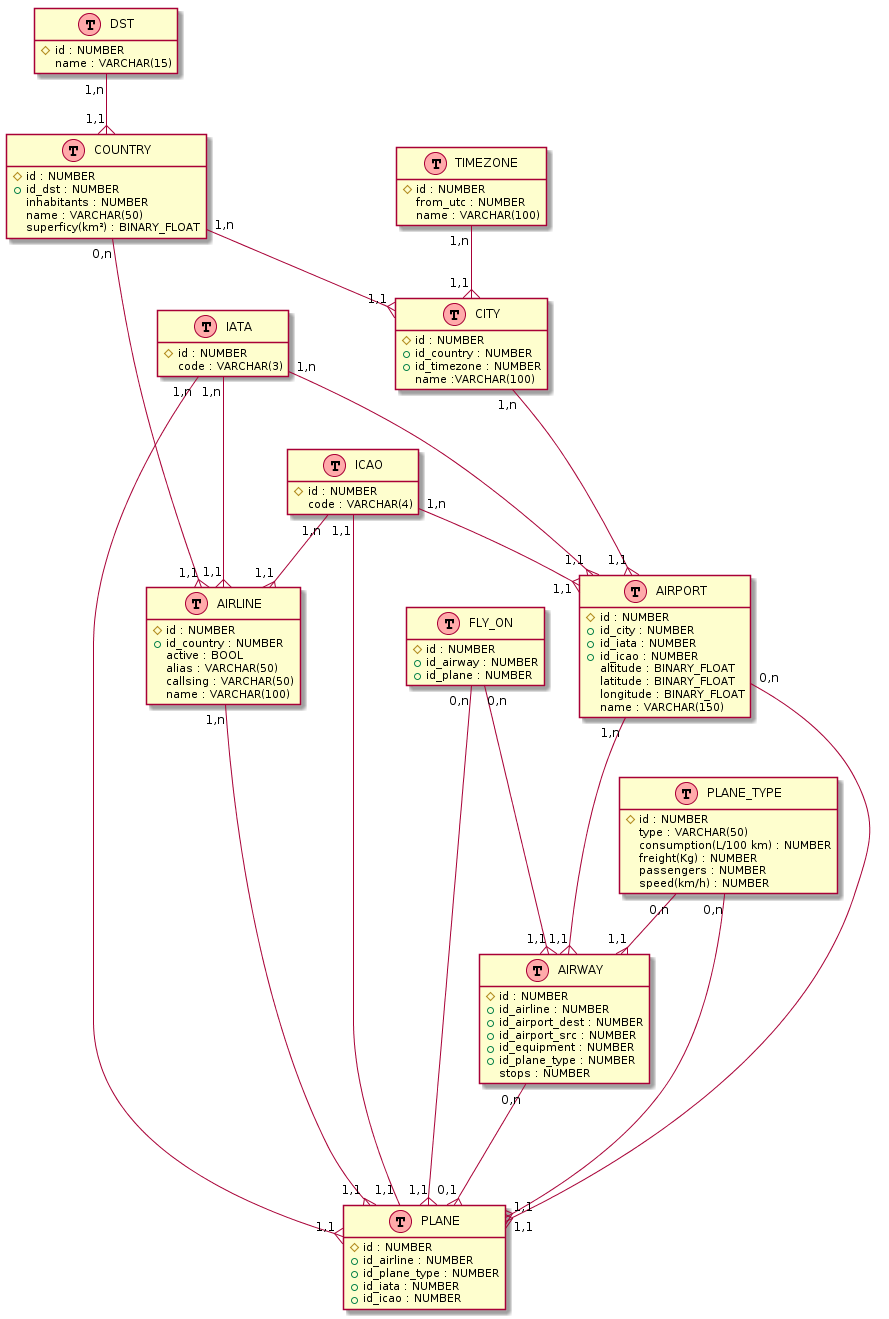
pBouillon/OpenFlightStatisticsAggregator keeps this PlantUML diagram as resources/database_modelisation/modelisation.png. Above is the earlier version. Its diagram source:
```plantuml
@startuml

hide methods
hide stereotypes

class COUNTRY << (T,#FFAAAA) >> {
    {field} #id : NUMBER
    {field} +id_dst : NUMBER
    {field} inhabitants : NUMBER
    {field} name : VARCHAR(50)
    {field} superficy(km²) : BINARY_FLOAT
}

class DST << (T,#FFAAAA) >> {
    {field} #id : NUMBER
    {field} name : VARCHAR(15)
}

class IATA << (T,#FFAAAA) >> {
    {field} #id : NUMBER
    {field} code : VARCHAR(3)
}

class ICAO << (T,#FFAAAA) >> {
    {field} #id : NUMBER
    {field} code : VARCHAR(4)
}

class PLANE_TYPE << (T,#FFAAAA) >> {
    {field} #id : NUMBER
    {field} type : VARCHAR(50)
    {field} consumption(L/100 km) : NUMBER
    {field} freight(Kg) : NUMBER
    {field} passengers : NUMBER
    {field} speed(km/h) : NUMBER
}

class TIMEZONE << (T,#FFAAAA) >> {
    {field} #id : NUMBER
    {field} from_utc : NUMBER
    {field} name : VARCHAR(100)
}

class AIRLINE << (T,#FFAAAA) >> {
    {field} #id : NUMBER
    {field} +id_country : NUMBER
    {field} active : BOOL
    {field} alias : VARCHAR(50)
    {field} callsing : VARCHAR(50)
    {field} name : VARCHAR(100)
}

class CITY << (T,#FFAAAA) >> {
    {field} #id : NUMBER
    {field} +id_country : NUMBER
    {field} +id_timezone : NUMBER
    {field} name :VARCHAR(100)
}

class FLY_ON << (T,#FFAAAA) >> {
    {field} #id : NUMBER
    {field} +id_airway : NUMBER
    {field} +id_plane : NUMBER
}

class AIRPORT << (T,#FFAAAA) >> {
    {field} #id : NUMBER
    {field} +id_city : NUMBER
    {field} +id_iata : NUMBER
    {field} +id_icao : NUMBER
    {field} altitude : BINARY_FLOAT
    {field} latitude : BINARY_FLOAT
    {field} longitude : BINARY_FLOAT
    {field} name : VARCHAR(150)
}

class PLANE << (T,#FFAAAA) >> {
    {field} #id : NUMBER
    {field} +id_airline : NUMBER
    {field} +id_plane_type : NUMBER
    {field} +id_iata : NUMBER
    {field} +id_icao : NUMBER
}

class AIRWAY << (T,#FFAAAA) >> {
    {field} #id : NUMBER
    {field} +id_airline : NUMBER
    {field} +id_airport_dest : NUMBER
    {field} +id_airport_src : NUMBER
    {field} +id_equipment : NUMBER
    {field} +id_plane_type : NUMBER
    {field} stops : NUMBER
}

AIRLINE "1,n" -{ "1,1" PLANE

AIRPORT "1,n" ---{ "1,1" AIRWAY
AIRPORT "0,n" ---{ "1,1" PLANE

AIRWAY "0,n" ---{ "0,1" PLANE

CITY "1,n" ---{ "1,1" AIRPORT

COUNTRY "0,n" ---{ "1,1" AIRLINE
COUNTRY "1,n" --{ "1,1" CITY

DST "1,n" --{ "1,1" COUNTRY

FLY_ON "0,n" ---{ "1,1" AIRWAY
FLY_ON "0,n" ---{ "1,1" PLANE

IATA "1,n" --{ "1,1" AIRLINE
IATA "1,n" ---{ "1,1" AIRPORT
IATA "1,n" --{ "1,1" PLANE

ICAO "1,n" --{ "1,1" AIRLINE
ICAO "1,n" --{ "1,1" AIRPORT
ICAO "1,1" -- "1,1" PLANE

PLANE_TYPE "0,n" --{ "1,1" AIRWAY
PLANE_TYPE "0,n" --{ "1,1" PLANE

TIMEZONE "1,n" --{ "1,1" CITY
@enduml
```
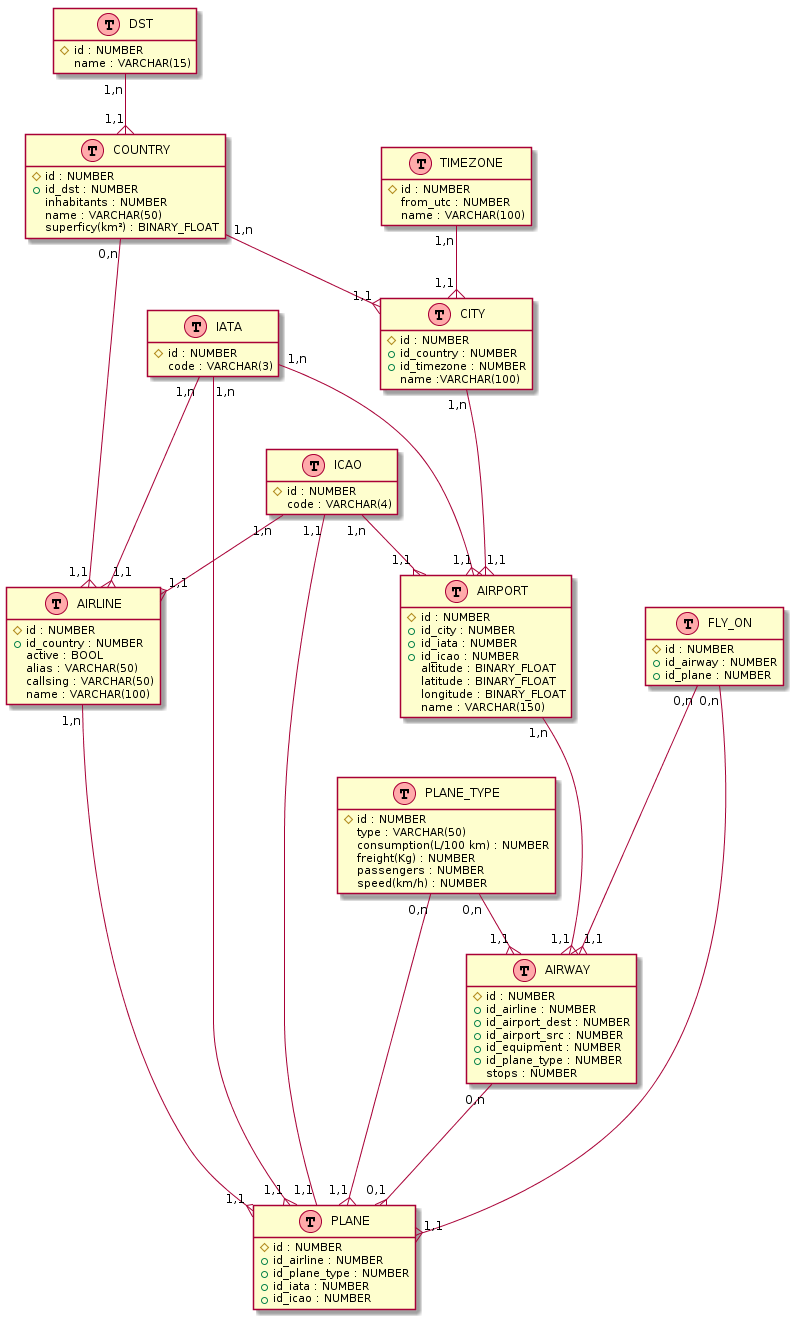
After the commit.

Diff of the diagram source:
```diff
@@ -95,7 +95,6 @@
 AIRLINE "1,n" -{ "1,1" PLANE
 
 AIRPORT "1,n" ---{ "1,1" AIRWAY
-AIRPORT "0,n" ---{ "1,1" PLANE
 
 AIRWAY "0,n" ---{ "0,1" PLANE
 
```
